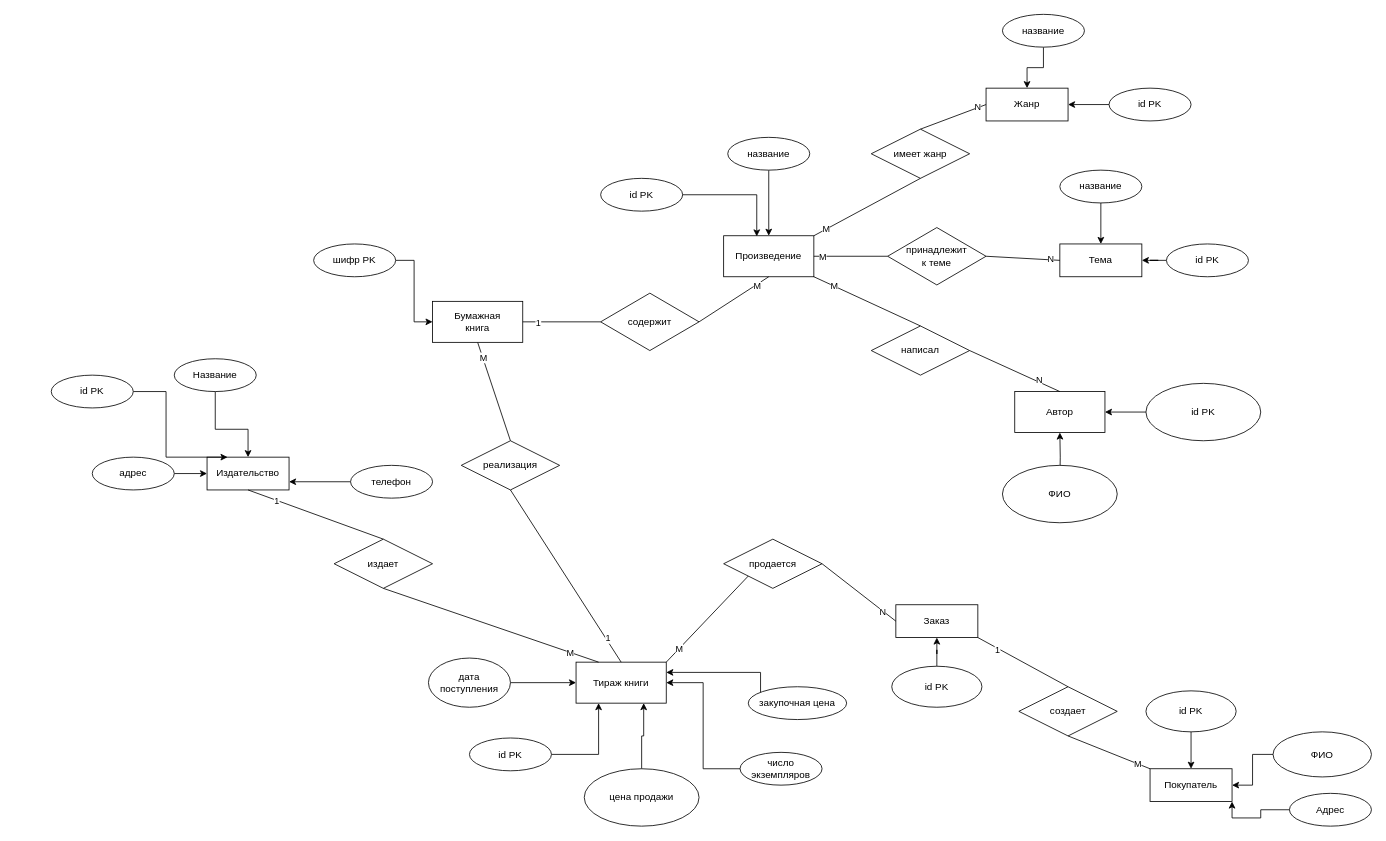
Above: sources/er_diagram.drawio in 202rna/sql_labs2025 (draw.io), before the change. Source tidied: cells renumbered, new cells numbered last; positions are measured from the earlier drawing's top-left corner, leaving out a move shared by most shapes. Both pictures are drawn from the tidied source at 82%, with x=0, y=0 at pixel (51, 14).
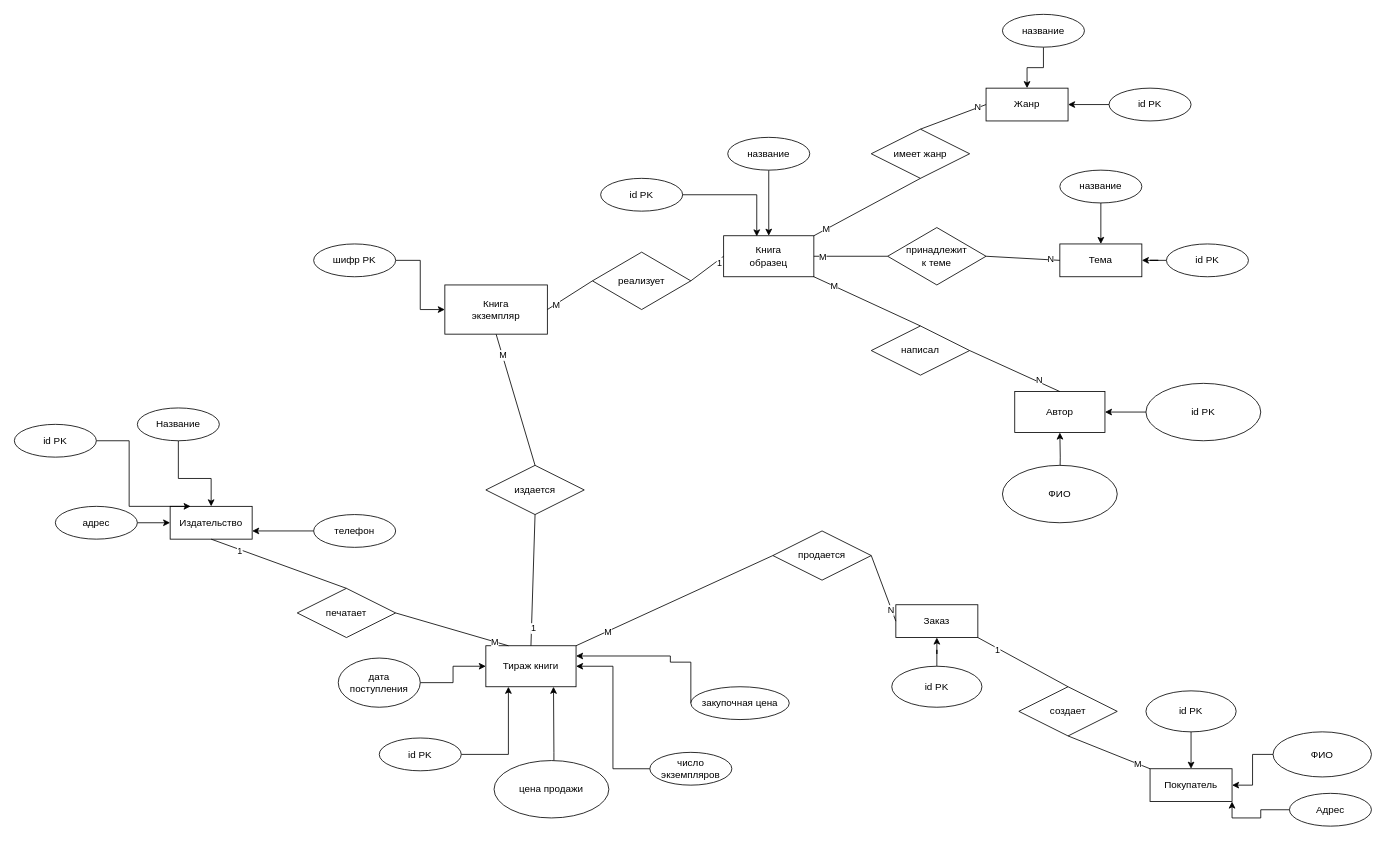
The same diagram, later.

The change refers to these unchanged cells:
```xml
<mxCell id="91" style="endArrow=none;html=1;rounded=0;exitX=1;exitY=0.5;exitDx=0;exitDy=0;entryX=0;entryY=0.5;entryDx=0;entryDy=0;" parent="1" edge="1" source="87" target="90">
  <mxGeometry relative="1" as="geometry" />
</mxCell>
```

The edit, as a diff of the source:
```diff
@@
-    <mxCell id="2" value="Произведение" style="html=1;whiteSpace=wrap;" parent="1" vertex="1">
+    <mxCell id="2" value="Книга&lt;div&gt;образец&lt;/div&gt;" style="html=1;whiteSpace=wrap;" parent="1" vertex="1">
       <mxGeometry x="820" y="270" width="110" height="50" as="geometry" />
     </mxCell>
@@
     <mxCell id="7" value="Тираж книги" style="html=1;whiteSpace=wrap;" parent="1" vertex="1">
-      <mxGeometry x="640" y="790" width="110" height="50" as="geometry" />
+      <mxGeometry x="530" y="770" width="110" height="50" as="geometry" />
     </mxCell>
@@
     <mxCell id="9" value="дата поступления" style="ellipse;whiteSpace=wrap;html=1;" parent="1" vertex="1">
-      <mxGeometry x="460" y="785" width="100" height="60" as="geometry" />
+      <mxGeometry x="350" y="785" width="100" height="60" as="geometry" />
     </mxCell>
-    <mxCell id="10" style="edgeStyle=orthogonalEdgeStyle;rounded=0;jettySize=auto;html=1;entryX=1;entryY=0.25;entryDx=0;entryDy=0;" parent="1" edge="1" source="11" target="7">
+    <mxCell id="10" style="edgeStyle=orthogonalEdgeStyle;rounded=0;jettySize=auto;html=1;entryX=1;entryY=0.25;entryDx=0;entryDy=0;exitX=0;exitY=0.5;exitDx=0;exitDy=0;" parent="1" edge="1" source="11" target="7">
       <mxGeometry relative="1" as="geometry">
         <Array as="points">
-          <mxPoint x="865" y="802" />
+          <mxPoint x="780" y="790" />
+          <mxPoint x="755" y="790" />
+          <mxPoint x="755" y="783" />
         </Array>
       </mxGeometry>
     </mxCell>
     <mxCell id="11" value="закупочная цена" style="ellipse;whiteSpace=wrap;html=1;" parent="1" vertex="1">
-      <mxGeometry x="850" y="820" width="120" height="40" as="geometry" />
+      <mxGeometry x="780" y="820" width="120" height="40" as="geometry" />
     </mxCell>
@@
     <mxCell id="13" value="число экземпляров" style="ellipse;whiteSpace=wrap;html=1;" parent="1" vertex="1">
-      <mxGeometry x="840" y="900" width="100" height="40" as="geometry" />
+      <mxGeometry x="730" y="900" width="100" height="40" as="geometry" />
     </mxCell>
-    <mxCell id="14" value="реализация" style="shape=rhombus;perimeter=rhombusPerimeter;whiteSpace=wrap;html=1;align=center;" parent="1" vertex="1">
-      <mxGeometry x="500" y="520" width="120" height="60" as="geometry" />
+    <mxCell id="14" value="издается" style="shape=rhombus;perimeter=rhombusPerimeter;whiteSpace=wrap;html=1;align=center;" parent="1" vertex="1">
+      <mxGeometry x="530" y="550" width="120" height="60" as="geometry" />
     </mxCell>
-    <mxCell id="15" style="endArrow=none;html=1;rounded=0;exitX=0.5;exitY=1;exitDx=0;exitDy=0;entryX=0.5;entryY=0;entryDx=0;entryDy=0;" parent="1" edge="1" source="87" target="14">
+    <mxCell id="15" style="endArrow=none;html=1;rounded=0;entryX=0.5;entryY=0;entryDx=0;entryDy=0;exitX=0.5;exitY=1;exitDx=0;exitDy=0;" parent="1" edge="1" source="87" target="14">
       <mxGeometry relative="1" as="geometry" />
     </mxCell>
@@
     <mxCell id="30" value="id PK" style="ellipse;whiteSpace=wrap;html=1;align=center;" parent="1" vertex="1">
-      <mxGeometry x="510" y="882.5" width="100" height="40" as="geometry" />
+      <mxGeometry x="400" y="882.5" width="100" height="40" as="geometry" />
     </mxCell>
@@
     <mxCell id="41" value="Издательство" style="whiteSpace=wrap;html=1;align=center;" parent="1" vertex="1">
-      <mxGeometry x="190" y="540" width="100" height="40" as="geometry" />
+      <mxGeometry x="145" y="600" width="100" height="40" as="geometry" />
     </mxCell>
     <mxCell id="42" style="edgeStyle=orthogonalEdgeStyle;rounded=0;jettySize=auto;html=1;entryX=0.25;entryY=0;entryDx=0;entryDy=0;" parent="1" edge="1" source="43" target="41">
       <mxGeometry relative="1" as="geometry">
         <Array as="points">
-          <mxPoint x="140" y="460" />
-          <mxPoint x="140" y="540" />
+          <mxPoint x="95" y="520" />
+          <mxPoint x="95" y="600" />
         </Array>
       </mxGeometry>
     </mxCell>
     <mxCell id="43" value="id PK" style="ellipse;whiteSpace=wrap;html=1;align=center;" parent="1" vertex="1">
-      <mxGeometry y="440" width="100" height="40" as="geometry" />
+      <mxGeometry x="-45" y="500" width="100" height="40" as="geometry" />
     </mxCell>
     <mxCell id="44" style="edgeStyle=orthogonalEdgeStyle;rounded=0;jettySize=auto;html=1;exitX=0.5;exitY=1;exitDx=0;exitDy=0;" parent="1" edge="1" source="45" target="41">
       <mxGeometry relative="1" as="geometry">
         <Array as="points">
-          <mxPoint x="200" y="506" />
-          <mxPoint x="240" y="506" />
+          <mxPoint x="155" y="566" />
+          <mxPoint x="195" y="566" />
         </Array>
       </mxGeometry>
     </mxCell>
     <mxCell id="45" value="Название" style="ellipse;whiteSpace=wrap;html=1;align=center;" parent="1" vertex="1">
-      <mxGeometry x="150" y="420" width="100" height="40" as="geometry" />
+      <mxGeometry x="105" y="480" width="100" height="40" as="geometry" />
     </mxCell>
@@
     <mxCell id="47" value="адрес" style="ellipse;whiteSpace=wrap;html=1;align=center;" parent="1" vertex="1">
-      <mxGeometry x="50" y="540" width="100" height="40" as="geometry" />
+      <mxGeometry x="5" y="600" width="100" height="40" as="geometry" />
     </mxCell>
-    <mxCell id="48" value="издает" style="shape=rhombus;perimeter=rhombusPerimeter;whiteSpace=wrap;html=1;align=center;" parent="1" vertex="1">
-      <mxGeometry x="345" y="640" width="120" height="60" as="geometry" />
+    <mxCell id="48" value="печатает" style="shape=rhombus;perimeter=rhombusPerimeter;whiteSpace=wrap;html=1;align=center;" parent="1" vertex="1">
+      <mxGeometry x="300" y="700" width="120" height="60" as="geometry" />
     </mxCell>
@@
-    <mxCell id="51" style="endArrow=none;html=1;rounded=0;exitX=0.5;exitY=1;exitDx=0;exitDy=0;entryX=0.25;entryY=0;entryDx=0;entryDy=0;" parent="1" edge="1" source="48" target="7">
+    <mxCell id="51" style="endArrow=none;html=1;rounded=0;exitX=1;exitY=0.5;exitDx=0;exitDy=0;entryX=0.25;entryY=0;entryDx=0;entryDy=0;" parent="1" edge="1" source="48" target="7">
       <mxGeometry relative="1" as="geometry" />
     </mxCell>
@@
     <mxCell id="53" style="edgeStyle=orthogonalEdgeStyle;rounded=0;jettySize=auto;html=1;entryX=1;entryY=0.75;entryDx=0;entryDy=0;" parent="1" edge="1" source="54" target="41">
       <mxGeometry relative="1" as="geometry">
         <Array as="points">
-          <mxPoint x="380" y="570" />
+          <mxPoint x="335" y="630" />
         </Array>
       </mxGeometry>
     </mxCell>
     <mxCell id="54" value="телефон" style="ellipse;whiteSpace=wrap;html=1;align=center;" parent="1" vertex="1">
-      <mxGeometry x="365" y="550" width="100" height="40" as="geometry" />
+      <mxGeometry x="320" y="610" width="100" height="40" as="geometry" />
     </mxCell>
     <mxCell id="55" style="edgeStyle=orthogonalEdgeStyle;rounded=0;jettySize=auto;html=1;entryX=0.75;entryY=1;entryDx=0;entryDy=0;" parent="1" edge="1" source="56" target="7">
-      <mxGeometry relative="1" as="geometry" />
+      <mxGeometry relative="1" as="geometry">
+        <Array as="points">
+          <mxPoint x="613" y="900" />
+          <mxPoint x="613" y="900" />
+        </Array>
+      </mxGeometry>
     </mxCell>
     <mxCell id="56" value="цена продажи" style="ellipse;whiteSpace=wrap;html=1;" parent="1" vertex="1">
-      <mxGeometry x="650" y="920" width="140" height="70" as="geometry" />
+      <mxGeometry x="540" y="910" width="140" height="70" as="geometry" />
     </mxCell>
@@
     <mxCell id="68" value="продается" style="shape=rhombus;perimeter=rhombusPerimeter;whiteSpace=wrap;html=1;align=center;" parent="1" vertex="1">
-      <mxGeometry x="820" y="640" width="120" height="60" as="geometry" />
+      <mxGeometry x="880" y="630" width="120" height="60" as="geometry" />
     </mxCell>
-    <mxCell id="69" style="endArrow=none;html=1;rounded=0;exitX=1;exitY=0;exitDx=0;exitDy=0;entryX=0;entryY=1;entryDx=0;entryDy=0;" parent="1" edge="1" source="7" target="68">
+    <mxCell id="69" style="endArrow=none;html=1;rounded=0;exitX=1;exitY=0;exitDx=0;exitDy=0;entryX=0;entryY=0.5;entryDx=0;entryDy=0;" parent="1" edge="1" source="7" target="68">
       <mxGeometry relative="1" as="geometry" />
     </mxCell>
@@
-    <mxCell id="87" value="Бумажная&lt;div&gt;книга&lt;/div&gt;" style="html=1;whiteSpace=wrap;" parent="1" vertex="1">
-      <mxGeometry x="465" y="350" width="110" height="50" as="geometry" />
+    <mxCell id="87" value="Книга&lt;div&gt;экземпляр&lt;/div&gt;" style="html=1;whiteSpace=wrap;" parent="1" vertex="1">
+      <mxGeometry x="480" y="330" width="125" height="60" as="geometry" />
     </mxCell>
@@
-    <mxCell id="90" value="содержит" style="shape=rhombus;perimeter=rhombusPerimeter;whiteSpace=wrap;html=1;align=center;" parent="1" vertex="1">
-      <mxGeometry x="670" y="340" width="120" height="70" as="geometry" />
+    <mxCell id="90" value="реализует" style="shape=rhombus;perimeter=rhombusPerimeter;whiteSpace=wrap;html=1;align=center;" parent="1" vertex="1">
+      <mxGeometry x="660" y="290" width="120" height="70" as="geometry" />
     </mxCell>
@@
-    <mxCell id="92" value="1" style="edgeLabel;html=1;align=center;verticalAlign=middle;" parent="91" vertex="1">
+    <mxCell id="92" value="М" style="edgeLabel;html=1;align=center;verticalAlign=middle;" parent="91" vertex="1">
       <mxGeometry x="-0.63" relative="1" as="geometry" />
     </mxCell>
-    <mxCell id="93" style="endArrow=none;html=1;rounded=0;exitX=1;exitY=0.5;exitDx=0;exitDy=0;entryX=0.5;entryY=1;entryDx=0;entryDy=0;" parent="1" edge="1" source="90" target="2">
+    <mxCell id="93" style="endArrow=none;html=1;rounded=0;exitX=1;exitY=0.5;exitDx=0;exitDy=0;entryX=0;entryY=0.5;entryDx=0;entryDy=0;" parent="1" edge="1" source="90" target="2">
       <mxGeometry relative="1" as="geometry" />
     </mxCell>
-    <mxCell id="94" value="М" style="edgeLabel;html=1;align=center;verticalAlign=middle;" parent="93" vertex="1">
+    <mxCell id="94" value="1" style="edgeLabel;html=1;align=center;verticalAlign=middle;" parent="93" vertex="1">
       <mxGeometry x="0.63" y="-2" relative="1" as="geometry" />
     </mxCell>
```
